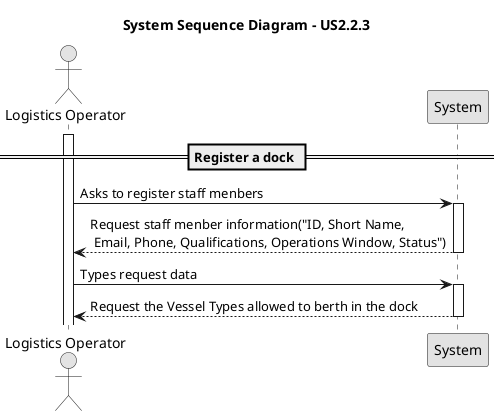
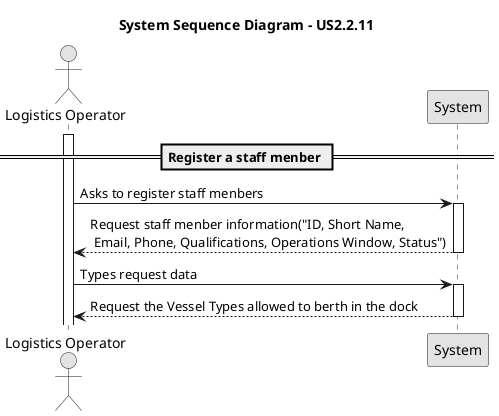
@startuml 2.2.11
skinparam monochrome true
skinparam packageStyle rectangle
skinparam shadowing false

actor "Logistics Operator" as LogisticsOperator
participant "System" as system

- title System Sequence Diagram - US2.2.3
+ title System Sequence Diagram - US2.2.11

- == Register a dock ==
+ == Register a staff menber ==
activate LogisticsOperator

LogisticsOperator -> system : Asks to register staff menbers
activate system

system --> LogisticsOperator : Request staff menber information("ID, Short Name,\n Email, Phone, Qualifications, Operations Window, Status")
deactivate system
LogisticsOperator -> system : Types request data

activate system
system --> LogisticsOperator : Request the Vessel Types allowed to berth in the dock
deactivate system




@enduml
